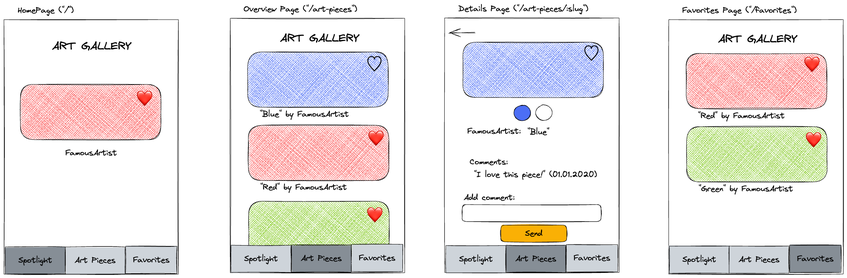
NilooBR/art-gallery-app keeps this Excalidraw diagram as wireframes.excalidraw.png. Above is the earlier version. Source tidied: one line per element, renumbered; positions are measured from the earlier drawing's top-left corner, leaving out a move shared by most shapes. Its diagram source:
```json
{"id": 0, "type": "rectangle", "strokeColor": "#000000", "strokeWidth": 1, "roughness": 1, "x": 0, "y": 40, "width": 441, "height": 644}
{"id": 1, "type": "rectangle", "strokeColor": "#000000", "strokeWidth": 1, "roughness": 1, "x": 572, "y": 36, "width": 441, "height": 644}
{"id": 2, "type": "rectangle", "strokeColor": "#000000", "strokeWidth": 1, "roughness": 1, "x": 1680, "y": 40, "width": 441, "height": 644}
{"id": 3, "type": "rectangle", "strokeColor": "#000000", "strokeWidth": 1, "roughness": 1, "x": 1114, "y": 36, "width": 441, "height": 644}
{"id": 4, "type": "text", "text": "HomePage (\"/\")", "strokeColor": "#000000", "strokeWidth": 1, "roughness": 1, "fontSize": 20, "fontFamily": 1, "x": 35, "y": 4, "width": 141, "height": 25}
{"id": 5, "type": "text", "text": "Overview Page (\"/art-pieces\")", "strokeColor": "#000000", "strokeWidth": 1, "roughness": 1, "fontSize": 20, "fontFamily": 1, "x": 606, "y": 1, "width": 287, "height": 25}
{"id": 6, "type": "text", "text": "Favorites Page (\"/favorites\")", "strokeColor": "#000000", "strokeWidth": 1, "roughness": 1, "fontSize": 20, "fontFamily": 1, "x": 1715, "y": 4, "width": 289, "height": 25}
{"id": 7, "type": "text", "text": "Details Page (\"/art-pieces/:slug\")", "strokeColor": "#000000", "strokeWidth": 1, "roughness": 1, "fontSize": 20, "fontFamily": 1, "x": 1149, "y": 0, "width": 328, "height": 25}
{"id": 8, "type": "text", "text": "ART GALLERY", "strokeColor": "#000000", "strokeWidth": 1, "roughness": 1, "fontSize": 28, "fontFamily": 1, "x": 122, "y": 90, "width": 200, "height": 35}
{"id": 9, "type": "text", "text": "ART GALLERY", "strokeColor": "#000000", "strokeWidth": 1, "roughness": 1, "fontSize": 28, "fontFamily": 1, "x": 698, "y": 70, "width": 200, "height": 35}
{"id": 10, "type": "text", "text": "ART GALLERY", "strokeColor": "#000000", "strokeWidth": 1, "roughness": 1, "fontSize": 28, "fontFamily": 1, "x": 1805, "y": 72, "width": 200, "height": 35}
{"id": 11, "type": "text", "text": "\"Blue\"", "strokeColor": "#000000", "strokeWidth": 1, "roughness": 1, "fontSize": 20, "fontFamily": 1, "x": 1323, "y": 312, "width": 55, "height": 25}
{"id": 12, "type": "rectangle", "strokeColor": "#000000", "backgroundColor": "#4c6ef5", "fillStyle": "cross-hatch", "strokeWidth": 1, "roughness": 1, "round": true, "x": 616, "y": 122, "width": 355, "height": 140}
{"id": 13, "type": "rectangle", "strokeColor": "#000000", "backgroundColor": "#fa5252", "fillStyle": "cross-hatch", "strokeWidth": 1, "roughness": 1, "round": true, "x": 42, "y": 204, "width": 355, "height": 140}
{"id": 14, "type": "rectangle", "strokeColor": "#000000", "backgroundColor": "#fa5252", "fillStyle": "cross-hatch", "strokeWidth": 1, "roughness": 1, "round": true, "x": 1724, "y": 125, "width": 355, "height": 140}
{"id": 15, "type": "rectangle", "strokeColor": "#000000", "backgroundColor": "#4c6ef5", "fillStyle": "cross-hatch", "strokeWidth": 1, "roughness": 1, "round": true, "x": 1160, "y": 97, "width": 355, "height": 140}
{"id": 16, "type": "rectangle", "strokeColor": "#000000", "backgroundColor": "#fa5252", "fillStyle": "cross-hatch", "strokeWidth": 1, "roughness": 1, "round": true, "x": 618, "y": 307, "width": 355, "height": 140}
{"id": 17, "type": "rectangle", "strokeColor": "#000000", "backgroundColor": "#82c91e", "fillStyle": "cross-hatch", "strokeWidth": 1, "roughness": 1, "round": true, "x": 1726, "y": 311, "width": 355, "height": 140}
{"id": 18, "type": "rectangle", "strokeColor": "#000000", "backgroundColor": "#82c91e", "fillStyle": "cross-hatch", "strokeWidth": 1, "roughness": 1, "round": true, "x": 618, "y": 499, "width": 355, "height": 140}
{"id": 19, "type": "text", "text": "\"Blue\" by FamousArtist", "strokeColor": "#000000", "backgroundColor": "#4c6ef5", "fillStyle": "cross-hatch", "strokeWidth": 1, "roughness": 1, "fontSize": 20, "fontFamily": 1, "round": true, "x": 647, "y": 267, "width": 225, "height": 25}
{"id": 20, "type": "text", "text": "FamousArtist", "strokeColor": "#000000", "backgroundColor": "#4c6ef5", "fillStyle": "cross-hatch", "strokeWidth": 1, "roughness": 1, "fontSize": 20, "fontFamily": 1, "round": true, "x": 155, "y": 365, "width": 130, "height": 25}
{"id": 21, "type": "text", "text": "\"Red\" by FamousArtist", "strokeColor": "#000000", "backgroundColor": "#4c6ef5", "fillStyle": "cross-hatch", "strokeWidth": 1, "roughness": 1, "fontSize": 20, "fontFamily": 1, "round": true, "x": 1755, "y": 271, "width": 219, "height": 25}
{"id": 22, "type": "text", "text": "\"Red\" by FamousArtist", "strokeColor": "#000000", "backgroundColor": "#4c6ef5", "fillStyle": "cross-hatch", "strokeWidth": 1, "roughness": 1, "fontSize": 20, "fontFamily": 1, "round": true, "x": 648, "y": 452, "width": 219, "height": 25}
{"id": 23, "type": "text", "text": "\"Green\" by FamousArtist", "strokeColor": "#000000", "backgroundColor": "#4c6ef5", "fillStyle": "cross-hatch", "strokeWidth": 1, "roughness": 1, "fontSize": 20, "fontFamily": 1, "round": true, "x": 1756, "y": 456, "width": 239, "height": 25}
{"id": 24, "type": "text", "text": "\"Green\" by FamousArtist", "strokeColor": "#000000", "backgroundColor": "#4c6ef5", "fillStyle": "cross-hatch", "strokeWidth": 1, "roughness": 1, "fontSize": 20, "fontFamily": 1, "round": true, "x": 649, "y": 645, "width": 239, "height": 25}
{"id": 25, "type": "rectangle", "strokeColor": "#000000", "backgroundColor": "#868e96", "fillStyle": "solid", "strokeWidth": 1, "roughness": 1, "x": 3, "y": 615, "width": 152, "height": 69}
{"id": 26, "type": "rectangle", "strokeColor": "#000000", "backgroundColor": "#ced4da", "fillStyle": "solid", "strokeWidth": 1, "roughness": 1, "x": 155, "y": 615, "width": 151, "height": 69}
{"id": 27, "type": "rectangle", "strokeColor": "#000000", "backgroundColor": "#ced4da", "fillStyle": "solid", "strokeWidth": 1, "roughness": 1, "x": 307, "y": 614, "width": 130, "height": 69}
{"id": 28, "type": "text", "text": "Spotlight", "strokeColor": "#000000", "backgroundColor": "#ced4da", "fillStyle": "solid", "strokeWidth": 1, "roughness": 1, "fontSize": 20, "fontFamily": 1, "textAlign": "center", "verticalAlign": "middle", "inside": 25, "x": 36, "y": 637, "width": 87, "height": 25}
{"id": 29, "type": "text", "text": "Art Pieces", "strokeColor": "#000000", "backgroundColor": "#ced4da", "fillStyle": "solid", "strokeWidth": 1, "roughness": 1, "fontSize": 20, "fontFamily": 1, "textAlign": "center", "verticalAlign": "middle", "inside": 26, "x": 178, "y": 637, "width": 105, "height": 25}
{"id": 30, "type": "text", "text": "Favorites", "strokeColor": "#000000", "backgroundColor": "#ced4da", "fillStyle": "solid", "strokeWidth": 1, "roughness": 1, "fontSize": 20, "fontFamily": 1, "textAlign": "center", "verticalAlign": "middle", "inside": 27, "x": 325, "y": 636, "width": 94, "height": 25}
{"id": 31, "type": "rectangle", "strokeColor": "#000000", "backgroundColor": "#ced4da", "fillStyle": "solid", "strokeWidth": 1, "roughness": 1, "x": 574, "y": 611, "width": 152, "height": 69}
{"id": 32, "type": "rectangle", "strokeColor": "#000000", "backgroundColor": "#868e96", "fillStyle": "solid", "strokeWidth": 1, "roughness": 1, "x": 727, "y": 610, "width": 151, "height": 69}
{"id": 33, "type": "rectangle", "strokeColor": "#000000", "backgroundColor": "#ced4da", "fillStyle": "solid", "strokeWidth": 1, "roughness": 1, "x": 878, "y": 609, "width": 130, "height": 69}
{"id": 34, "type": "text", "text": "Spotlight", "strokeColor": "#000000", "backgroundColor": "#ced4da", "fillStyle": "solid", "strokeWidth": 1, "roughness": 1, "fontSize": 20, "fontFamily": 1, "textAlign": "center", "verticalAlign": "middle", "inside": 31, "x": 606, "y": 633, "width": 87, "height": 25}
{"id": 35, "type": "text", "text": "Art Pieces", "strokeColor": "#000000", "backgroundColor": "#ced4da", "fillStyle": "solid", "strokeWidth": 1, "roughness": 1, "fontSize": 20, "fontFamily": 1, "textAlign": "center", "verticalAlign": "middle", "inside": 32, "x": 750, "y": 632, "width": 105, "height": 25}
{"id": 36, "type": "text", "text": "Favorites", "strokeColor": "#000000", "backgroundColor": "#ced4da", "fillStyle": "solid", "strokeWidth": 1, "roughness": 1, "fontSize": 20, "fontFamily": 1, "textAlign": "center", "verticalAlign": "middle", "inside": 33, "x": 896, "y": 631, "width": 94, "height": 25}
{"id": 37, "type": "rectangle", "strokeColor": "#000000", "backgroundColor": "#ced4da", "fillStyle": "solid", "strokeWidth": 1, "roughness": 1, "x": 1117, "y": 612, "width": 152, "height": 69}
{"id": 38, "type": "rectangle", "strokeColor": "#000000", "backgroundColor": "#868e96", "fillStyle": "solid", "strokeWidth": 1, "roughness": 1, "x": 1269, "y": 611, "width": 151, "height": 69}
{"id": 39, "type": "rectangle", "strokeColor": "#000000", "backgroundColor": "#ced4da", "fillStyle": "solid", "strokeWidth": 1, "roughness": 1, "x": 1421, "y": 609, "width": 130, "height": 69}
{"id": 40, "type": "text", "text": "Spotlight", "strokeColor": "#000000", "backgroundColor": "#ced4da", "fillStyle": "solid", "strokeWidth": 1, "roughness": 1, "fontSize": 20, "fontFamily": 1, "textAlign": "center", "verticalAlign": "middle", "inside": 37, "x": 1150, "y": 634, "width": 87, "height": 25}
{"id": 41, "type": "text", "text": "Art Pieces", "strokeColor": "#000000", "backgroundColor": "#ced4da", "fillStyle": "solid", "strokeWidth": 1, "roughness": 1, "fontSize": 20, "fontFamily": 1, "textAlign": "center", "verticalAlign": "middle", "inside": 38, "x": 1292, "y": 633, "width": 105, "height": 25}
{"id": 42, "type": "text", "text": "Favorites", "strokeColor": "#000000", "backgroundColor": "#ced4da", "fillStyle": "solid", "strokeWidth": 1, "roughness": 1, "fontSize": 20, "fontFamily": 1, "textAlign": "center", "verticalAlign": "middle", "inside": 39, "x": 1439, "y": 631, "width": 94, "height": 25}
{"id": 43, "type": "rectangle", "strokeColor": "#000000", "backgroundColor": "#ced4da", "fillStyle": "solid", "strokeWidth": 1, "roughness": 1, "x": 1682, "y": 613, "width": 152, "height": 69}
{"id": 44, "type": "rectangle", "strokeColor": "#000000", "backgroundColor": "#ced4da", "fillStyle": "solid", "strokeWidth": 1, "roughness": 1, "x": 1833, "y": 613, "width": 151, "height": 69}
{"id": 45, "type": "rectangle", "strokeColor": "#000000", "backgroundColor": "#868e96", "fillStyle": "solid", "strokeWidth": 1, "roughness": 1, "x": 1986, "y": 611, "width": 130, "height": 69}
{"id": 46, "type": "text", "text": "Spotlight", "strokeColor": "#000000", "backgroundColor": "#ced4da", "fillStyle": "solid", "strokeWidth": 1, "roughness": 1, "fontSize": 20, "fontFamily": 1, "textAlign": "center", "verticalAlign": "middle", "inside": 43, "x": 1714, "y": 635, "width": 87, "height": 25}
{"id": 47, "type": "text", "text": "Art Pieces", "strokeColor": "#000000", "backgroundColor": "#ced4da", "fillStyle": "solid", "strokeWidth": 1, "roughness": 1, "fontSize": 20, "fontFamily": 1, "textAlign": "center", "verticalAlign": "middle", "inside": 44, "x": 1856, "y": 635, "width": 105, "height": 25}
{"id": 48, "type": "text", "text": "Favorites", "strokeColor": "#000000", "backgroundColor": "#ced4da", "fillStyle": "solid", "strokeWidth": 1, "roughness": 1, "fontSize": 20, "fontFamily": 1, "textAlign": "center", "verticalAlign": "middle", "inside": 45, "x": 2004, "y": 633, "width": 94, "height": 25}
{"id": 49, "type": "arrow", "strokeColor": "#000000", "backgroundColor": "#82c91e", "fillStyle": "solid", "strokeWidth": 1, "roughness": 1, "endArrowhead": "arrow", "round": true, "from": 15, "x": 1191, "y": 73, "width": 66, "height": 1, "points": [[0, 0], [-66, 1]]}
{"id": 50, "type": "text", "text": "\"I love this piece!\" (01.01.2020)", "strokeColor": "#000000", "backgroundColor": "#82c91e", "fillStyle": "solid", "strokeWidth": 1, "roughness": 1, "fontSize": 20, "fontFamily": 1, "x": 1188, "y": 420, "width": 311, "height": 25}
{"id": 51, "type": "text", "text": "Comments:", "strokeColor": "#000000", "backgroundColor": "#82c91e", "fillStyle": "solid", "strokeWidth": 1, "roughness": 1, "fontSize": 20, "fontFamily": 1, "x": 1177, "y": 388, "width": 97, "height": 25}
{"id": 52, "type": "text", "text": "FamousArtist:", "strokeColor": "#000000", "backgroundColor": "#82c91e", "fillStyle": "solid", "strokeWidth": 1, "roughness": 1, "fontSize": 20, "fontFamily": 1, "x": 1171, "y": 310, "width": 135, "height": 25}
{"id": 53, "type": "text", "text": "♡", "strokeColor": "#000000", "backgroundColor": "#82c91e", "fillStyle": "solid", "strokeWidth": 1, "roughness": 1, "fontSize": 41.82, "fontFamily": 1, "x": 916, "y": 125, "width": 42, "height": 63}
{"id": 54, "type": "text", "text": "♡", "strokeColor": "#000000", "backgroundColor": "#82c91e", "fillStyle": "solid", "strokeWidth": 1, "roughness": 1, "fontSize": 41.82, "fontFamily": 1, "x": 1464, "y": 98, "width": 42, "height": 63}
{"id": 55, "type": "text", "text": "❤️", "strokeColor": "#000000", "backgroundColor": "#82c91e", "fillStyle": "solid", "strokeWidth": 1, "roughness": 1, "fontSize": 41.13, "fontFamily": 1, "x": 2021, "y": 129, "width": 41, "height": 57}
{"id": 56, "type": "text", "text": "❤️", "strokeColor": "#000000", "backgroundColor": "#82c91e", "fillStyle": "solid", "strokeWidth": 1, "roughness": 1, "fontSize": 41.13, "fontFamily": 1, "x": 919, "y": 316, "width": 41, "height": 57}
{"id": 57, "type": "text", "text": "❤️", "strokeColor": "#000000", "backgroundColor": "#82c91e", "fillStyle": "solid", "strokeWidth": 1, "roughness": 1, "fontSize": 41.13, "fontFamily": 1, "x": 917, "y": 510, "width": 41, "height": 57}
{"id": 58, "type": "text", "text": "❤️", "strokeColor": "#000000", "backgroundColor": "#82c91e", "fillStyle": "solid", "strokeWidth": 1, "roughness": 1, "fontSize": 41.13, "fontFamily": 1, "x": 2026, "y": 320, "width": 41, "height": 57}
{"id": 59, "type": "text", "text": "Add comment:", "strokeColor": "#000000", "strokeWidth": 1, "roughness": 1, "fontSize": 20, "fontFamily": 1, "x": 1162, "y": 478, "width": 129, "height": 25}
{"id": 60, "type": "rectangle", "strokeColor": "#000000", "strokeWidth": 1, "roughness": 1, "round": true, "x": 1158, "y": 508, "width": 351, "height": 43}
{"id": 61, "type": "rectangle", "strokeColor": "#000000", "backgroundColor": "#fab005", "fillStyle": "solid", "strokeWidth": 1, "roughness": 1, "round": true, "x": 1256, "y": 560, "width": 167, "height": 42}
{"id": 62, "type": "text", "text": "Send", "strokeColor": "#000000", "strokeWidth": 1, "roughness": 1, "fontSize": 20, "fontFamily": 1, "textAlign": "center", "verticalAlign": "middle", "inside": 61, "x": 1316, "y": 569, "width": 46, "height": 25}
{"id": 63, "type": "ellipse", "strokeColor": "#000000", "backgroundColor": "#4c6ef5", "fillStyle": "solid", "strokeWidth": 1, "roughness": 1, "round": true, "x": 1289, "y": 256, "width": 42, "height": 39}
{"id": 64, "type": "ellipse", "strokeColor": "#000000", "strokeWidth": 1, "roughness": 1, "round": true, "x": 1344, "y": 256, "width": 42, "height": 39}
{"id": 65, "type": "text", "text": "❤️", "strokeColor": "#000000", "backgroundColor": "#82c91e", "fillStyle": "solid", "strokeWidth": 1, "roughness": 1, "fontSize": 41.13, "fontFamily": 1, "x": 334, "y": 215, "width": 41, "height": 57}
```
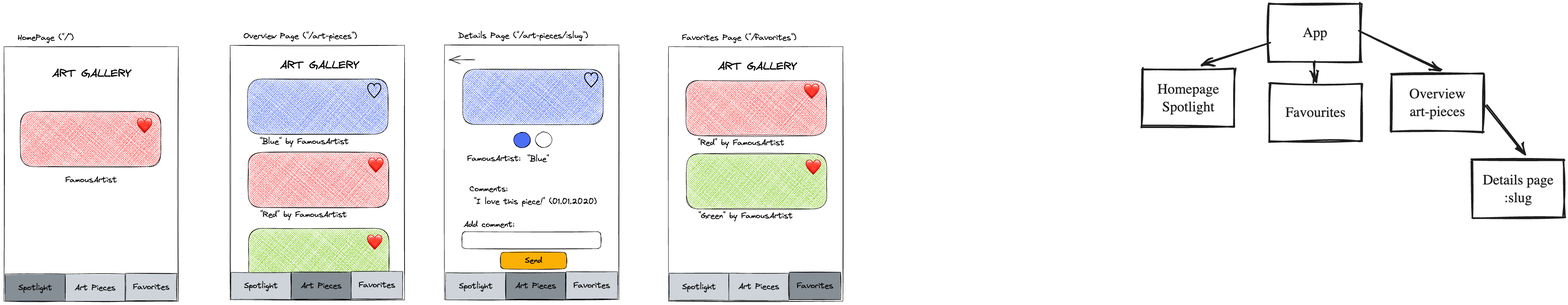
The same diagram one commit later.

Commit message:
Fetch and display a list of art pieces.

What changed in the source:
```diff
@@ -64,3 +64,17 @@
 {"id": 63, "type": "ellipse", "strokeColor": "#000000", "backgroundColor": "#4c6ef5", "fillStyle": "solid", "strokeWidth": 1, "roughness": 1, "round": true, "x": 1289, "y": 256, "width": 42, "height": 39}
 {"id": 64, "type": "ellipse", "strokeColor": "#000000", "strokeWidth": 1, "roughness": 1, "round": true, "x": 1344, "y": 256, "width": 42, "height": 39}
 {"id": 65, "type": "text", "text": "❤️", "strokeColor": "#000000", "backgroundColor": "#82c91e", "fillStyle": "solid", "strokeWidth": 1, "roughness": 1, "fontSize": 41.13, "fontFamily": 1, "x": 334, "y": 215, "width": 41, "height": 57}
+{"id": 66, "type": "rectangle", "strokeColor": "#1e1e1e", "strokeWidth": 4, "roughness": 2, "x": 2878, "y": 97, "width": 234, "height": 145}
+{"id": 67, "type": "text", "text": "Homepage\nSpotlight", "strokeColor": "#1e1e1e", "strokeWidth": 4, "roughness": 2, "fontSize": 36, "fontFamily": 5, "textAlign": "center", "verticalAlign": "middle", "inside": 66, "x": 2917, "y": 125, "width": 156, "height": 90}
+{"id": 68, "type": "arrow", "strokeColor": "#1e1e1e", "strokeWidth": 4, "roughness": 2, "endArrowhead": "arrow", "round": true, "to": 66, "x": 3201, "y": 28, "width": 171, "height": 58, "points": [[0, 0], [-171, 58]]}
+{"id": 69, "type": "arrow", "strokeColor": "#1e1e1e", "strokeWidth": 4, "roughness": 2, "endArrowhead": "arrow", "round": true, "from": 78, "x": 3314, "y": 78, "width": 1, "height": 51, "points": [[0, 0], [-1, 51]]}
+{"id": 70, "type": "rectangle", "strokeColor": "#1e1e1e", "strokeWidth": 4, "roughness": 2, "x": 3200, "y": 134, "width": 234, "height": 145}
+{"id": 71, "type": "text", "text": "Favourites", "strokeColor": "#1e1e1e", "strokeWidth": 4, "roughness": 2, "fontSize": 36, "fontFamily": 5, "textAlign": "center", "verticalAlign": "middle", "inside": 70, "x": 3241, "y": 184, "width": 152, "height": 45}
+{"id": 72, "type": "rectangle", "strokeColor": "#1e1e1e", "strokeWidth": 4, "roughness": 2, "x": 3508, "y": 109, "width": 234, "height": 145}
+{"id": 73, "type": "text", "text": "Overview\nart-pieces", "strokeColor": "#1e1e1e", "strokeWidth": 4, "roughness": 2, "fontSize": 36, "fontFamily": 5, "textAlign": "center", "verticalAlign": "middle", "inside": 72, "x": 3554, "y": 137, "width": 142, "height": 90}
+{"id": 74, "type": "arrow", "strokeColor": "#1e1e1e", "strokeWidth": 4, "roughness": 2, "endArrowhead": "arrow", "round": true, "to": 72, "x": 3429, "y": -1, "width": 202, "height": 101, "points": [[0, 0], [202, 101]]}
+{"id": 75, "type": "rectangle", "strokeColor": "#1e1e1e", "strokeWidth": 4, "roughness": 2, "x": 3712, "y": 327, "width": 234, "height": 145}
+{"id": 76, "type": "text", "text": "Details page\n:slug", "strokeColor": "#1e1e1e", "strokeWidth": 4, "roughness": 2, "fontSize": 36, "fontFamily": 5, "textAlign": "center", "verticalAlign": "middle", "inside": 75, "x": 3740, "y": 354, "width": 179, "height": 90}
+{"id": 77, "type": "arrow", "strokeColor": "#1e1e1e", "strokeWidth": 4, "roughness": 2, "endArrowhead": "arrow", "round": true, "x": 3746, "y": 186, "width": 98, "height": 124, "points": [[0, 0], [98, 124]]}
+{"id": 78, "type": "rectangle", "strokeColor": "#1e1e1e", "strokeWidth": 4, "roughness": 2, "x": 3199, "y": -68, "width": 234, "height": 145}
+{"id": 79, "type": "text", "text": "App", "strokeColor": "#1e1e1e", "strokeWidth": 4, "roughness": 2, "fontSize": 36, "fontFamily": 5, "textAlign": "center", "verticalAlign": "middle", "inside": 78, "x": 3284, "y": -18, "width": 62, "height": 45}
```
